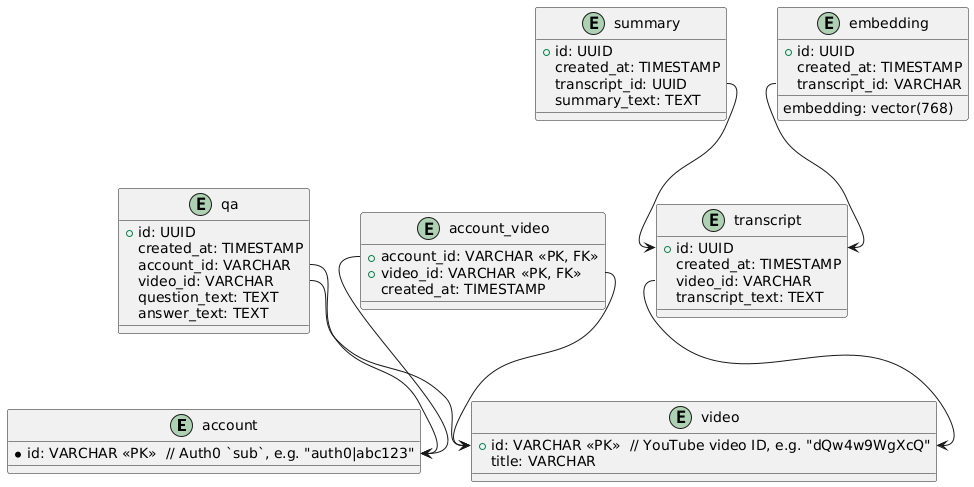
Above: docs/db_schema.png in vm1828/yt-assistant (PlantUML), before the change.
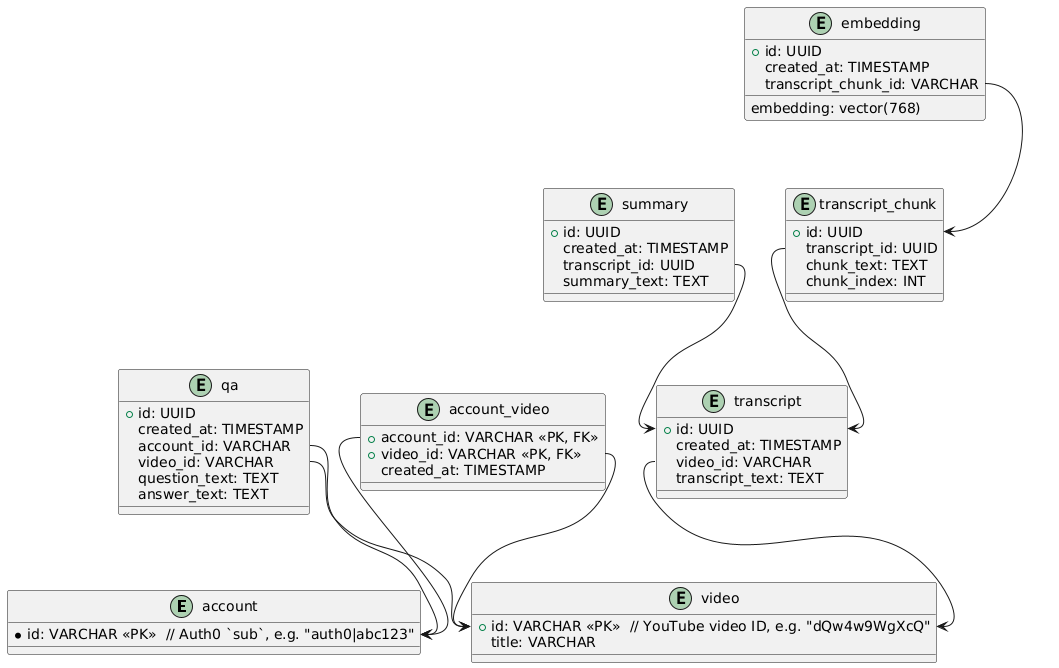
After the commit.

Commit message:
feat(rag): add transcript_chunk and embedding models; update docs;

Diff of the diagram source:
```diff
@@ -37,10 +37,17 @@
   answer_text: TEXT
 }
 
+entity "transcript_chunk" {
+  +id: UUID
+  transcript_id: UUID
+  chunk_text: TEXT
+  chunk_index: INT
+}
+
 entity "embedding" {
   +id: UUID
   created_at: TIMESTAMP
-  transcript_id: VARCHAR
+  transcript_chunk_id: VARCHAR
   embedding: vector(768)
 }
 
@@ -54,5 +61,7 @@
 qa::video_id --> video::id
 qa::account_id --> account::id
 
-embedding::transcript_id --> transcript::id
+transcript_chunk::transcript_id --> transcript::id
+
+embedding::transcript_chunk_id --> transcript_chunk::id
 @enduml
```
